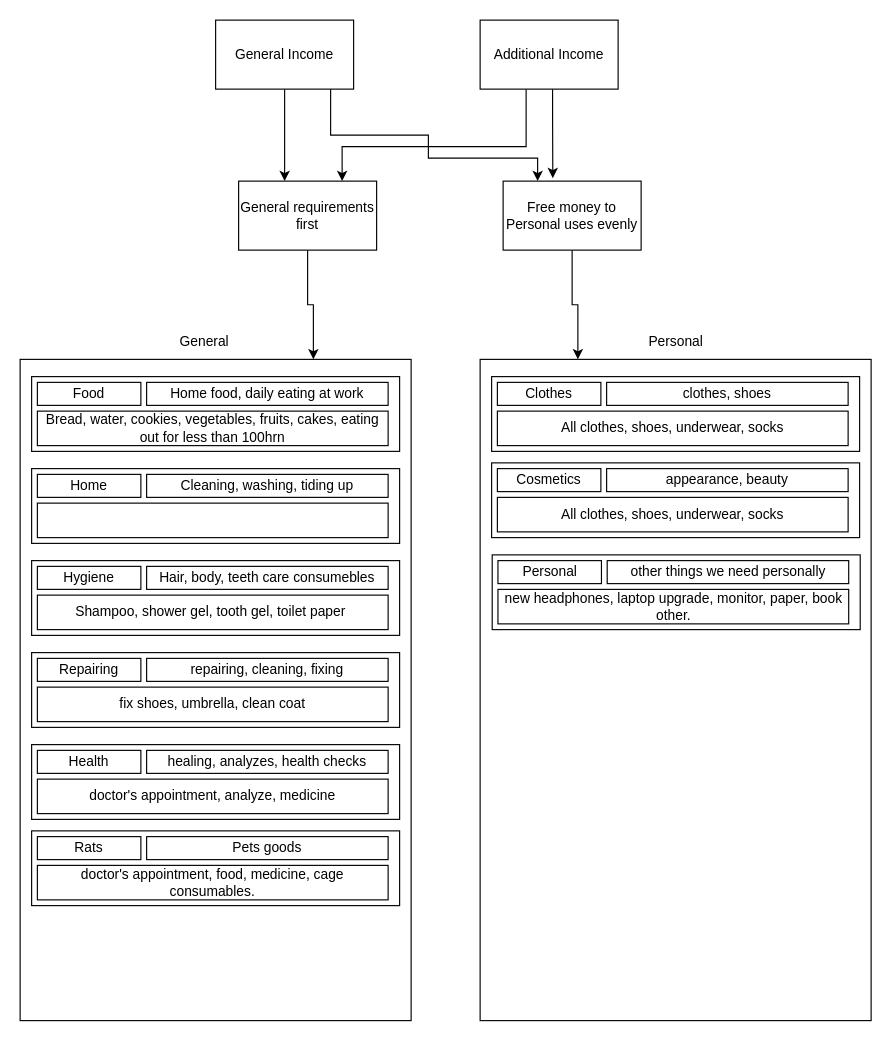
Above: bgt.drawio in FedosovMax/diagrams (draw.io), before the change. Source tidied: cells renumbered, new cells numbered last; positions are measured from the earlier drawing's top-left corner, leaving out a move shared by most shapes. Both pictures are drawn from the tidied source at 115%, with x=0, y=0 at pixel (20, 20).
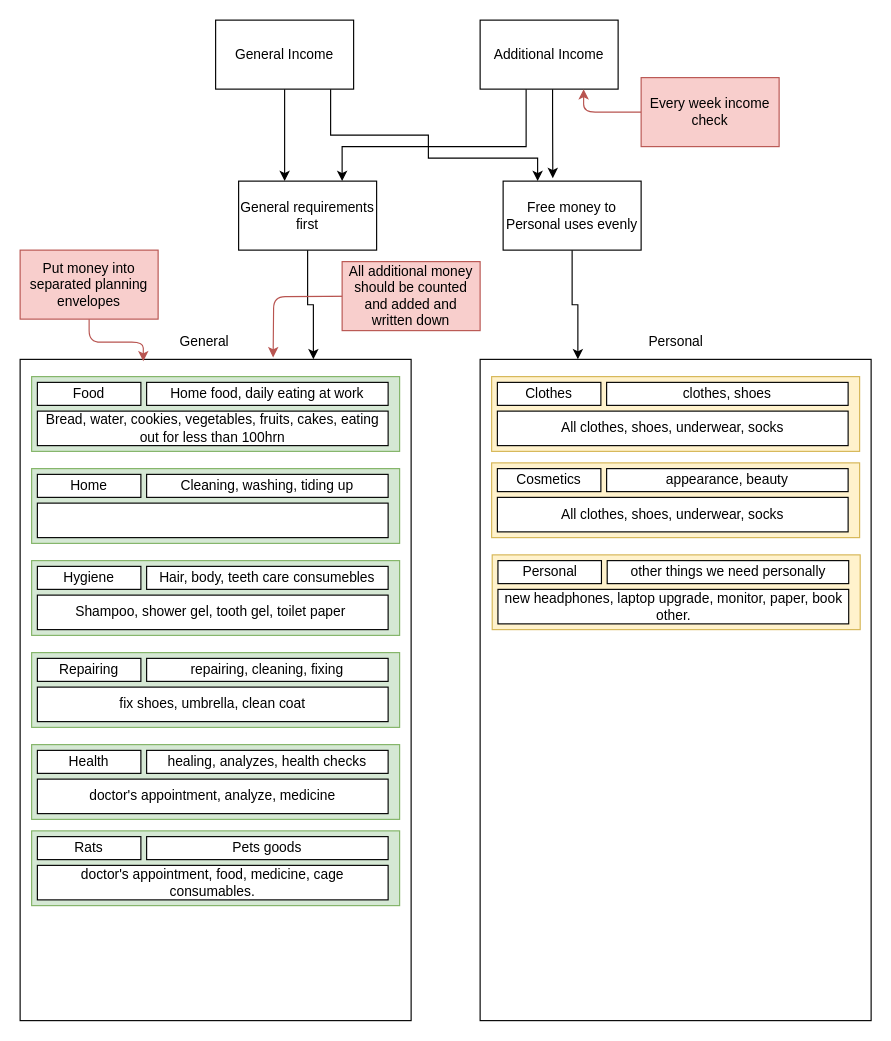
The same diagram, later.

Unchanged cells that the change refers to:
```xml
<mxCell id="2" style="rounded=0;whiteSpace=wrap;html=1;" parent="1" vertex="1">
  <mxGeometry y="295" width="340" height="575" as="geometry" />
</mxCell>
<mxCell id="11" value="Additional Income" style="rounded=0;whiteSpace=wrap;html=1;" parent="1" vertex="1">
  <mxGeometry x="400" width="120" height="60" as="geometry" />
</mxCell>
```

Diff of the diagram source:
```diff
@@
-    <mxCell id="12" style="rounded=0;whiteSpace=wrap;html=1;" parent="1" vertex="1">
+    <mxCell id="12" style="rounded=0;whiteSpace=wrap;html=1;fillColor=#d5e8d4;strokeColor=#82b366;" parent="1" vertex="1">
       <mxGeometry x="10" y="310" width="320" height="65" as="geometry" />
     </mxCell>
@@
-    <mxCell id="16" style="rounded=0;whiteSpace=wrap;html=1;" parent="1" vertex="1">
+    <mxCell id="16" style="rounded=0;whiteSpace=wrap;html=1;fillColor=#d5e8d4;strokeColor=#82b366;" parent="1" vertex="1">
       <mxGeometry x="10" y="390" width="320" height="65" as="geometry" />
     </mxCell>
@@
-    <mxCell id="20" style="rounded=0;whiteSpace=wrap;html=1;" parent="1" vertex="1">
+    <mxCell id="20" style="rounded=0;whiteSpace=wrap;html=1;fillColor=#d5e8d4;strokeColor=#82b366;" parent="1" vertex="1">
       <mxGeometry x="10" y="470" width="320" height="65" as="geometry" />
     </mxCell>
@@
-    <mxCell id="24" style="rounded=0;whiteSpace=wrap;html=1;" parent="1" vertex="1">
+    <mxCell id="24" style="rounded=0;whiteSpace=wrap;html=1;fillColor=#d5e8d4;strokeColor=#82b366;" parent="1" vertex="1">
       <mxGeometry x="10" y="550" width="320" height="65" as="geometry" />
     </mxCell>
@@
-    <mxCell id="28" style="rounded=0;whiteSpace=wrap;html=1;" parent="1" vertex="1">
+    <mxCell id="28" style="rounded=0;whiteSpace=wrap;html=1;fillColor=#d5e8d4;strokeColor=#82b366;" parent="1" vertex="1">
       <mxGeometry x="10" y="630" width="320" height="65" as="geometry" />
     </mxCell>
@@
-    <mxCell id="32" style="rounded=0;whiteSpace=wrap;html=1;" parent="1" vertex="1">
+    <mxCell id="32" style="rounded=0;whiteSpace=wrap;html=1;fillColor=#d5e8d4;strokeColor=#82b366;" parent="1" vertex="1">
       <mxGeometry x="10" y="705" width="320" height="65" as="geometry" />
     </mxCell>
@@
-    <mxCell id="36" style="rounded=0;whiteSpace=wrap;html=1;" parent="1" vertex="1">
+    <mxCell id="36" style="rounded=0;whiteSpace=wrap;html=1;fillColor=#fff2cc;strokeColor=#d6b656;" parent="1" vertex="1">
       <mxGeometry x="410" y="310" width="320" height="65" as="geometry" />
     </mxCell>
@@
-    <mxCell id="40" style="rounded=0;whiteSpace=wrap;html=1;" parent="1" vertex="1">
+    <mxCell id="40" style="rounded=0;whiteSpace=wrap;html=1;fillColor=#fff2cc;strokeColor=#d6b656;" parent="1" vertex="1">
       <mxGeometry x="410" y="385" width="320" height="65" as="geometry" />
     </mxCell>
@@
-    <mxCell id="44" style="rounded=0;whiteSpace=wrap;html=1;" parent="1" vertex="1">
+    <mxCell id="44" style="rounded=0;whiteSpace=wrap;html=1;fillColor=#fff2cc;strokeColor=#d6b656;" parent="1" vertex="1">
       <mxGeometry x="410.5" y="465" width="320" height="65" as="geometry" />
     </mxCell>
@@
+    <mxCell id="52" style="edgeStyle=orthogonalEdgeStyle;rounded=1;jettySize=auto;html=1;entryX=0.75;entryY=1;entryDx=0;entryDy=0;fillColor=#f8cecc;strokeColor=#b85450;" parent="1" edge="1" source="53" target="11">
+      <mxGeometry relative="1" as="geometry" />
+    </mxCell>
+    <mxCell id="53" value="Every week income check" style="rounded=0;whiteSpace=wrap;html=1;fillColor=#f8cecc;strokeColor=#b85450;" parent="1" vertex="1">
+      <mxGeometry x="540" y="50" width="120" height="60" as="geometry" />
+    </mxCell>
+    <mxCell id="54" style="edgeStyle=orthogonalEdgeStyle;rounded=1;jettySize=auto;html=1;entryX=0.315;entryY=0.003;entryDx=0;entryDy=0;entryPerimeter=0;fillColor=#f8cecc;strokeColor=#b85450;" parent="1" edge="1" source="55" target="2">
+      <mxGeometry relative="1" as="geometry" />
+    </mxCell>
+    <mxCell id="55" value="Put money into separated planning envelopes" style="rounded=0;whiteSpace=wrap;html=1;fillColor=#f8cecc;strokeColor=#b85450;" parent="1" vertex="1">
+      <mxGeometry y="200" width="120" height="60" as="geometry" />
+    </mxCell>
+    <mxCell id="56" style="edgeStyle=orthogonalEdgeStyle;rounded=1;orthogonalLoop=1;jettySize=auto;html=1;entryX=0.579;entryY=-0.003;entryDx=0;entryDy=0;entryPerimeter=0;exitX=0;exitY=0.5;exitDx=0;exitDy=0;fillColor=#f8cecc;strokeColor=#b85450;" parent="1" edge="1">
+      <mxGeometry relative="1" as="geometry">
+        <mxPoint x="303.1" y="240" as="sourcePoint" />
+        <mxPoint x="220" y="293.3" as="targetPoint" />
+      </mxGeometry>
+    </mxCell>
+    <mxCell id="57" value="All additional money should be counted and added and written down" style="rounded=0;whiteSpace=wrap;html=1;fillColor=#f8cecc;strokeColor=#b85450;" parent="1" vertex="1">
+      <mxGeometry x="280" y="210" width="120" height="60" as="geometry" />
+    </mxCell>
```
